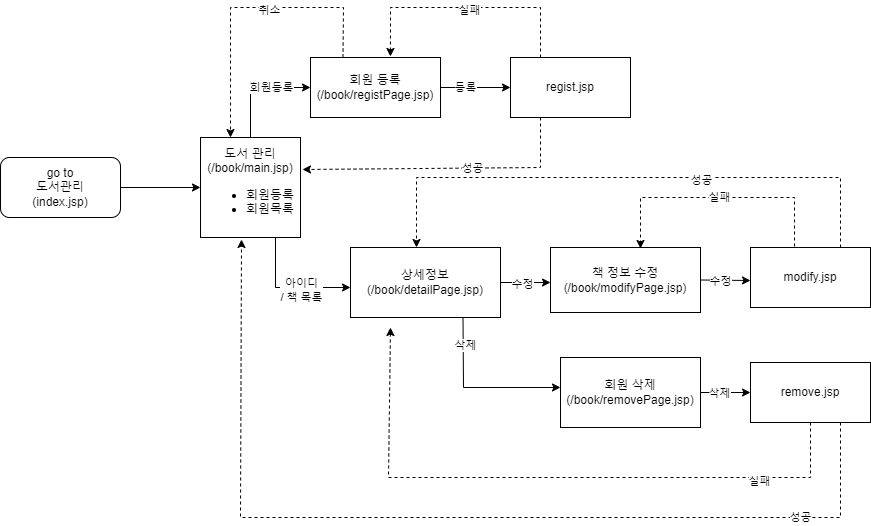
Earlier version of the draw.io export bookDB/bookManager_FlowChart.png (junHyeokP/DataBase_Connection). Source tidied: cells renumbered, new cells last; positions are measured from the earlier drawing's top-left corner, leaving out a move shared by most shapes.
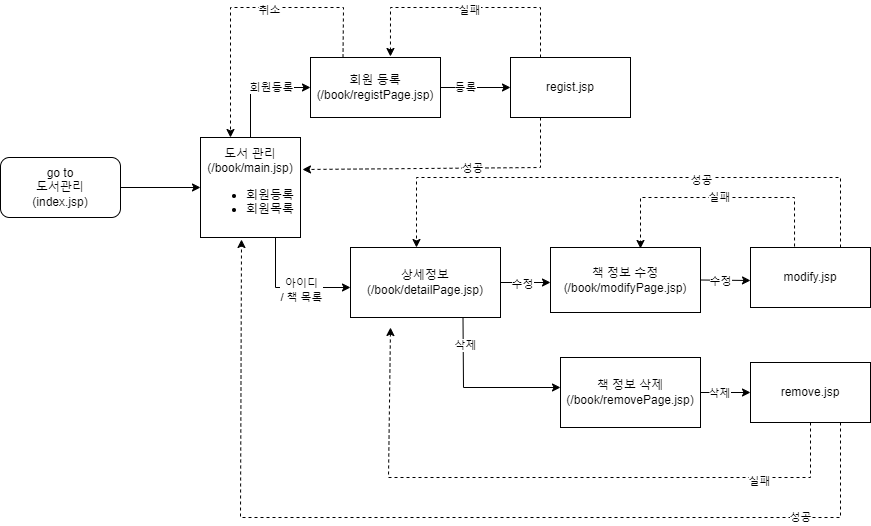
After the change.

Diff of the diagram source:
```diff
@@ -141,7 +141,7 @@
     <mxCell id="31" value="삭제" style="edgeLabel;html=1;align=center;verticalAlign=middle;" parent="30" vertex="1">
       <mxGeometry x="-0.66" y="2" relative="1" as="geometry" />
     </mxCell>
-    <mxCell id="32" value="회원 삭제&lt;div&gt;(/book/removePage.jsp)&lt;/div&gt;" style="rounded=0;whiteSpace=wrap;html=1;" parent="1" vertex="1">
+    <mxCell id="32" value="책 정보 삭제&lt;div&gt;(/book/removePage.jsp)&lt;/div&gt;" style="rounded=0;whiteSpace=wrap;html=1;" parent="1" vertex="1">
       <mxGeometry x="560" y="350" width="140" height="70" as="geometry" />
     </mxCell>
     <mxCell id="33" style="endArrow=classic;html=1;rounded=0;exitX=1;exitY=0.5;exitDx=0;exitDy=0;" parent="1" edge="1" source="32">
```
